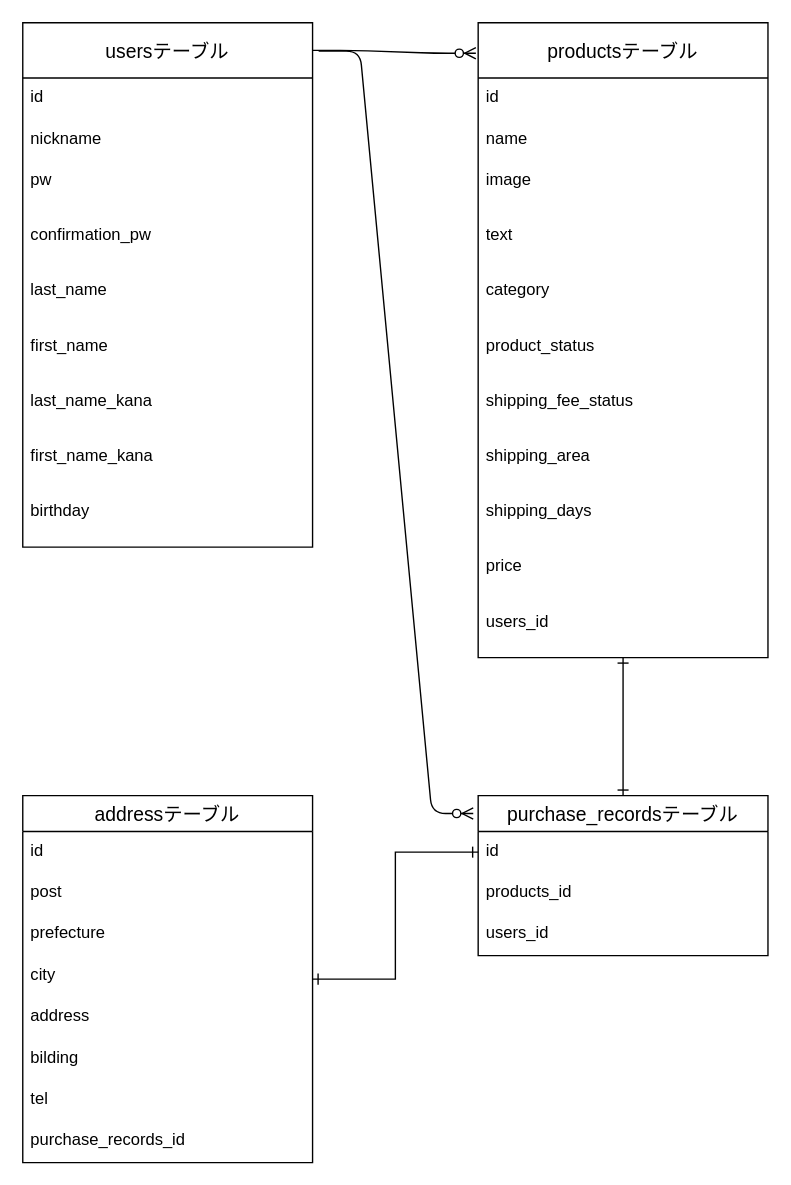
Before: furima.dio in fuji0920/furima--28658-, a draw.io diagram. Source tidied: cells renumbered, new cells numbered last; positions are measured from the earlier drawing's top-left corner, leaving out a move shared by most shapes. Both pictures are drawn from the tidied source at 138%, with x=0, y=0 at pixel (22, 22).
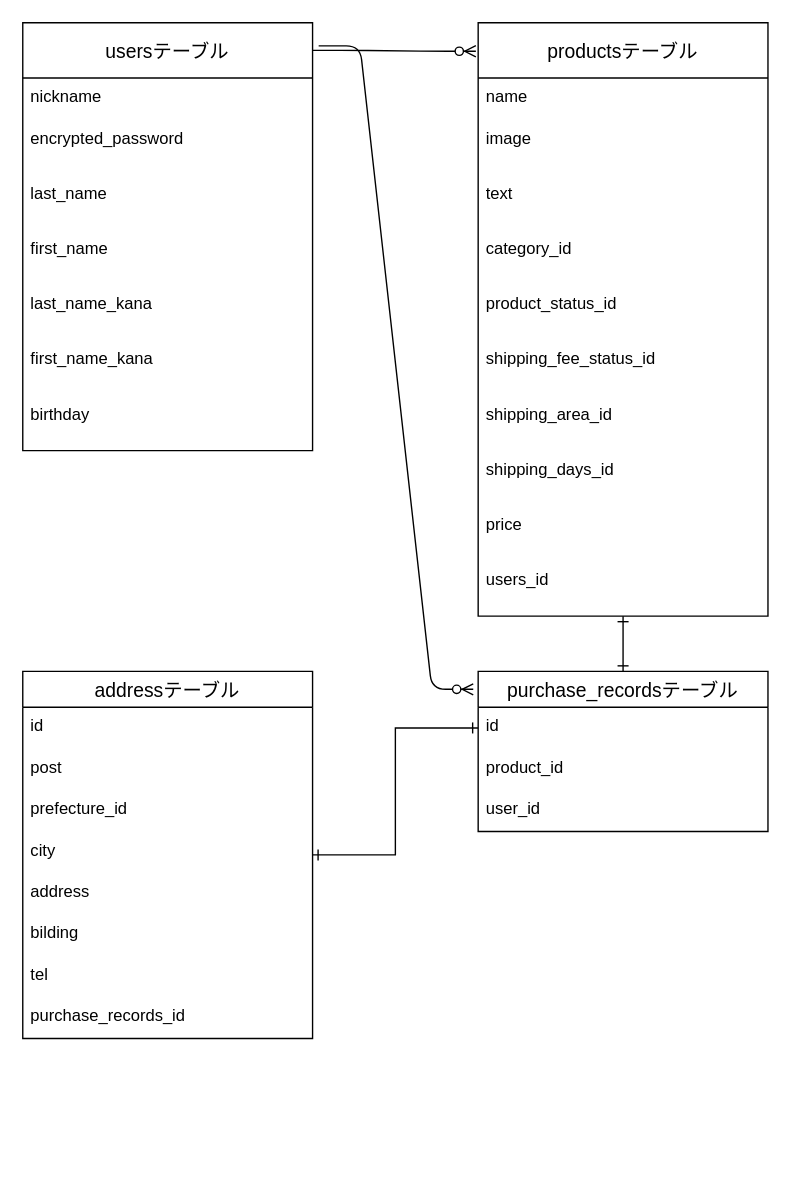
Above is the later version.

Commit message (it also covers changes not shown here):
データベース設計_修正2

Diff of the diagram source:
```diff
@@
     <mxCell id="2" value="usersテーブル" style="swimlane;fontStyle=0;horizontal=1;startSize=40;align=center;fontSize=14;" parent="1" vertex="1">
-      <mxGeometry width="210" height="380" as="geometry" />
+      <mxGeometry width="210" height="310" as="geometry" />
     </mxCell>
-    <mxCell id="3" value="id" style="text;strokeColor=none;fillColor=none;spacingLeft=4;spacingRight=4;overflow=hidden;fontSize=12;" parent="2" vertex="1">
-      <mxGeometry y="40" width="210" height="30" as="geometry" />
-    </mxCell>
     <mxCell id="4" value="nickname" style="text;strokeColor=none;fillColor=none;spacingLeft=4;spacingRight=4;overflow=hidden;fontSize=12;" parent="2" vertex="1">
-      <mxGeometry y="70" width="210" height="30" as="geometry" />
+      <mxGeometry y="40" width="210" height="30" as="geometry" />
     </mxCell>
-    <mxCell id="5" value="pw" style="text;strokeColor=none;fillColor=none;spacingLeft=4;spacingRight=4;overflow=hidden;fontSize=12;" parent="2" vertex="1">
-      <mxGeometry y="100" width="210" height="40" as="geometry" />
+    <mxCell id="5" value="encrypted_password" style="text;strokeColor=none;fillColor=none;spacingLeft=4;spacingRight=4;overflow=hidden;fontSize=12;" parent="2" vertex="1">
+      <mxGeometry y="70" width="210" height="40" as="geometry" />
     </mxCell>
-    <mxCell id="6" value="confirmation_pw" style="text;strokeColor=none;fillColor=none;spacingLeft=4;spacingRight=4;overflow=hidden;fontSize=12;" parent="2" vertex="1">
-      <mxGeometry y="140" width="210" height="40" as="geometry" />
-    </mxCell>
     <mxCell id="7" value="last_name" style="text;strokeColor=none;fillColor=none;spacingLeft=4;spacingRight=4;overflow=hidden;fontSize=12;" parent="2" vertex="1">
-      <mxGeometry y="180" width="210" height="40" as="geometry" />
+      <mxGeometry y="110" width="210" height="40" as="geometry" />
     </mxCell>
     <mxCell id="8" value="first_name" style="text;strokeColor=none;fillColor=none;spacingLeft=4;spacingRight=4;overflow=hidden;fontSize=12;" parent="2" vertex="1">
-      <mxGeometry y="220" width="210" height="40" as="geometry" />
+      <mxGeometry y="150" width="210" height="40" as="geometry" />
     </mxCell>
     <mxCell id="9" value="last_name_kana" style="text;strokeColor=none;fillColor=none;spacingLeft=4;spacingRight=4;overflow=hidden;fontSize=12;" parent="2" vertex="1">
-      <mxGeometry y="260" width="210" height="40" as="geometry" />
+      <mxGeometry y="190" width="210" height="40" as="geometry" />
     </mxCell>
     <mxCell id="10" value="first_name_kana" style="text;strokeColor=none;fillColor=none;spacingLeft=4;spacingRight=4;overflow=hidden;fontSize=12;" parent="2" vertex="1">
-      <mxGeometry y="300" width="210" height="40" as="geometry" />
+      <mxGeometry y="230" width="210" height="40" as="geometry" />
     </mxCell>
     <mxCell id="11" value="birthday" style="text;strokeColor=none;fillColor=none;spacingLeft=4;spacingRight=4;overflow=hidden;fontSize=12;" parent="2" vertex="1">
-      <mxGeometry y="340" width="210" height="40" as="geometry" />
+      <mxGeometry y="270" width="210" height="40" as="geometry" />
     </mxCell>
@@
     <mxCell id="14" value="productsテーブル" style="swimlane;fontStyle=0;horizontal=1;startSize=40;align=center;fontSize=14;" parent="1" vertex="1">
-      <mxGeometry x="330" width="210" height="460" as="geometry" />
+      <mxGeometry x="330" width="210" height="430" as="geometry" />
     </mxCell>
-    <mxCell id="15" value="id" style="text;strokeColor=none;fillColor=none;spacingLeft=4;spacingRight=4;overflow=hidden;fontSize=12;" parent="14" vertex="1">
-      <mxGeometry y="40" width="210" height="30" as="geometry" />
-    </mxCell>
     <mxCell id="16" value="name" style="text;strokeColor=none;fillColor=none;spacingLeft=4;spacingRight=4;overflow=hidden;fontSize=12;" parent="14" vertex="1">
-      <mxGeometry y="70" width="210" height="30" as="geometry" />
+      <mxGeometry y="40" width="210" height="30" as="geometry" />
     </mxCell>
     <mxCell id="17" value="image" style="text;strokeColor=none;fillColor=none;spacingLeft=4;spacingRight=4;overflow=hidden;fontSize=12;" parent="14" vertex="1">
-      <mxGeometry y="100" width="210" height="40" as="geometry" />
+      <mxGeometry y="70" width="210" height="40" as="geometry" />
     </mxCell>
     <mxCell id="18" value="text" style="text;strokeColor=none;fillColor=none;spacingLeft=4;spacingRight=4;overflow=hidden;fontSize=12;" parent="14" vertex="1">
-      <mxGeometry y="140" width="210" height="40" as="geometry" />
+      <mxGeometry y="110" width="210" height="40" as="geometry" />
     </mxCell>
-    <mxCell id="19" value="category" style="text;strokeColor=none;fillColor=none;spacingLeft=4;spacingRight=4;overflow=hidden;fontSize=12;" parent="14" vertex="1">
-      <mxGeometry y="180" width="210" height="40" as="geometry" />
+    <mxCell id="19" value="category_id" style="text;strokeColor=none;fillColor=none;spacingLeft=4;spacingRight=4;overflow=hidden;fontSize=12;" parent="14" vertex="1">
+      <mxGeometry y="150" width="210" height="40" as="geometry" />
     </mxCell>
-    <mxCell id="20" value="product_status" style="text;strokeColor=none;fillColor=none;spacingLeft=4;spacingRight=4;overflow=hidden;fontSize=12;" parent="14" vertex="1">
-      <mxGeometry y="220" width="210" height="40" as="geometry" />
+    <mxCell id="20" value="product_status_id" style="text;strokeColor=none;fillColor=none;spacingLeft=4;spacingRight=4;overflow=hidden;fontSize=12;" parent="14" vertex="1">
+      <mxGeometry y="190" width="210" height="40" as="geometry" />
     </mxCell>
-    <mxCell id="21" value="shipping_fee_status" style="text;strokeColor=none;fillColor=none;spacingLeft=4;spacingRight=4;overflow=hidden;fontSize=12;" parent="14" vertex="1">
-      <mxGeometry y="260" width="210" height="40" as="geometry" />
+    <mxCell id="21" value="shipping_fee_status_id" style="text;strokeColor=none;fillColor=none;spacingLeft=4;spacingRight=4;overflow=hidden;fontSize=12;" parent="14" vertex="1">
+      <mxGeometry y="230" width="210" height="40" as="geometry" />
     </mxCell>
-    <mxCell id="22" value="shipping_area" style="text;strokeColor=none;fillColor=none;spacingLeft=4;spacingRight=4;overflow=hidden;fontSize=12;" parent="14" vertex="1">
-      <mxGeometry y="300" width="210" height="40" as="geometry" />
+    <mxCell id="22" value="shipping_area_id" style="text;strokeColor=none;fillColor=none;spacingLeft=4;spacingRight=4;overflow=hidden;fontSize=12;" parent="14" vertex="1">
+      <mxGeometry y="270" width="210" height="40" as="geometry" />
     </mxCell>
-    <mxCell id="23" value="shipping_days" style="text;strokeColor=none;fillColor=none;spacingLeft=4;spacingRight=4;overflow=hidden;fontSize=12;" parent="14" vertex="1">
-      <mxGeometry y="340" width="210" height="40" as="geometry" />
+    <mxCell id="23" value="shipping_days_id" style="text;strokeColor=none;fillColor=none;spacingLeft=4;spacingRight=4;overflow=hidden;fontSize=12;" parent="14" vertex="1">
+      <mxGeometry y="310" width="210" height="40" as="geometry" />
     </mxCell>
     <mxCell id="24" value="price" style="text;strokeColor=none;fillColor=none;spacingLeft=4;spacingRight=4;overflow=hidden;fontSize=12;" parent="14" vertex="1">
-      <mxGeometry y="380" width="210" height="40" as="geometry" />
+      <mxGeometry y="350" width="210" height="40" as="geometry" />
     </mxCell>
     <mxCell id="25" value="users_id" style="text;strokeColor=none;fillColor=none;spacingLeft=4;spacingRight=4;overflow=hidden;fontSize=12;" parent="14" vertex="1">
-      <mxGeometry y="420" width="210" height="40" as="geometry" />
+      <mxGeometry y="390" width="210" height="40" as="geometry" />
     </mxCell>
@@
     <mxCell id="28" value="addressテーブル" style="swimlane;fontStyle=0;horizontal=1;startSize=26;align=center;fontSize=14;" parent="1" vertex="1">
-      <mxGeometry y="560" width="210" height="266" as="geometry" />
+      <mxGeometry y="470" width="210" height="266" as="geometry" />
     </mxCell>
@@
-    <mxCell id="31" value="prefecture" style="text;strokeColor=none;fillColor=none;spacingLeft=4;spacingRight=4;overflow=hidden;fontSize=12;" parent="28" vertex="1">
+    <mxCell id="31" value="prefecture_id" style="text;strokeColor=none;fillColor=none;spacingLeft=4;spacingRight=4;overflow=hidden;fontSize=12;" parent="28" vertex="1">
       <mxGeometry y="86" width="210" height="30" as="geometry" />
     </mxCell>
@@
     <mxCell id="37" value="purchase_recordsテーブル" style="swimlane;fontStyle=0;horizontal=1;startSize=26;align=center;fontSize=14;" parent="1" vertex="1">
-      <mxGeometry x="330" y="560" width="210" height="116" as="geometry" />
+      <mxGeometry x="330" y="470" width="210" height="116" as="geometry" />
     </mxCell>
@@
-    <mxCell id="39" value="products_id" style="text;strokeColor=none;fillColor=none;spacingLeft=4;spacingRight=4;overflow=hidden;fontSize=12;" parent="37" vertex="1">
+    <mxCell id="39" value="product_id" style="text;strokeColor=none;fillColor=none;spacingLeft=4;spacingRight=4;overflow=hidden;fontSize=12;" parent="37" vertex="1">
       <mxGeometry y="56" width="210" height="30" as="geometry" />
     </mxCell>
-    <mxCell id="40" value="users_id" style="text;strokeColor=none;fillColor=none;spacingLeft=4;spacingRight=4;overflow=hidden;fontSize=12;" parent="37" vertex="1">
+    <mxCell id="40" value="user_id" style="text;strokeColor=none;fillColor=none;spacingLeft=4;spacingRight=4;overflow=hidden;fontSize=12;" parent="37" vertex="1">
       <mxGeometry y="86" width="210" height="30" as="geometry" />
     </mxCell>
```
